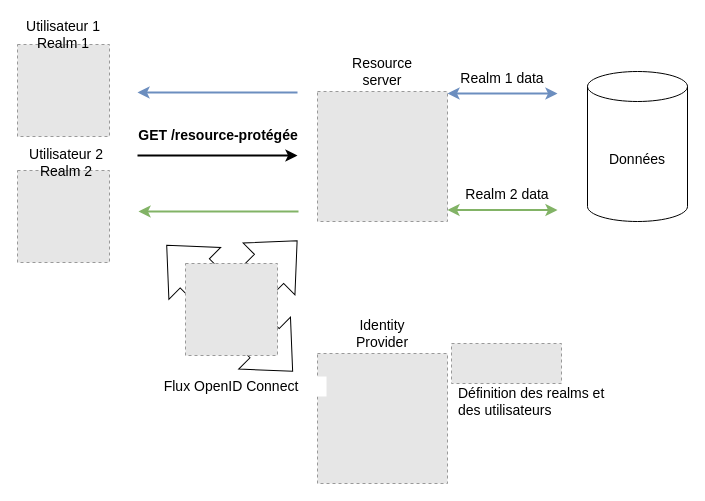
avergnaud/keycloak-multi-tenant keeps this draw.io diagram as doc/keycloak-mt-principe.drawio. Above is the earlier version. Source tidied: cells renumbered, new cells numbered last; positions are measured from the earlier drawing's top-left corner, leaving out a move shared by most shapes. Both pictures are drawn from the tidied source at 100%, with x=0, y=0 at pixel (17, 24). Pictures stored in the file or linked from it are replaced by grey dashed boxes.
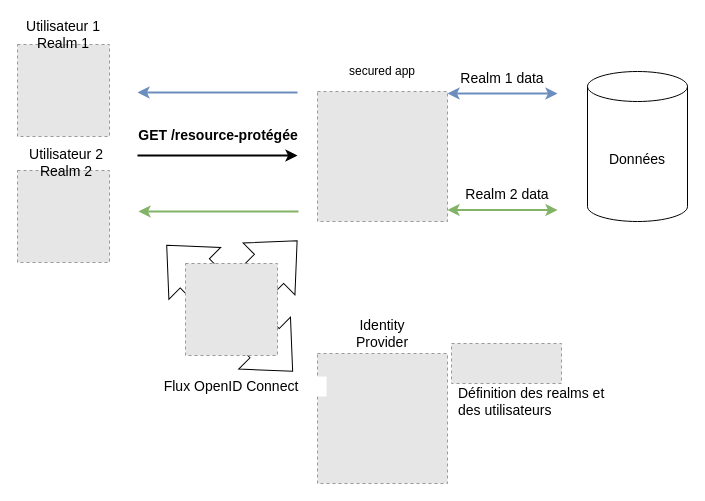
The same diagram, later.

The edit, as a diff of the source:
```diff
@@
-    <mxCell id="8" value="&lt;font style=&quot;font-size: 14px&quot;&gt;Resource server&lt;br&gt;&lt;/font&gt;" style="text;html=1;strokeColor=none;fillColor=none;align=center;verticalAlign=middle;whiteSpace=wrap;rounded=0;" parent="1" vertex="1">
+    <mxCell id="8" value="secured app" style="text;html=1;strokeColor=none;fillColor=none;align=center;verticalAlign=middle;whiteSpace=wrap;rounded=0;" parent="1" vertex="1">
       <mxGeometry x="322" y="37" width="86" height="20" as="geometry" />
     </mxCell>
```
